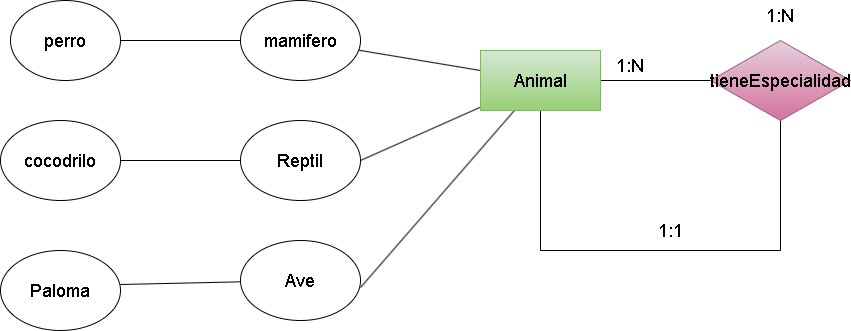
Earlier version of the draw.io export (Unidad-2) (Tarea-3)/img/Ejercicio19.drawio.png (Darkoscurito/Base-de-datos). Source tidied: cells renumbered, new cells last; positions are measured from the earlier drawing's top-left corner, leaving out a move shared by most shapes. The source it was exported from:
```xml
<mxGraphModel>
  <root>
    <mxCell id="0" />
    <mxCell id="1" parent="0" />
    <mxCell id="2" style="edgeStyle=none;html=1;entryX=0;entryY=0.5;entryDx=0;entryDy=0;endArrow=none;endFill=0;" parent="1" edge="1" source="7" target="9">
      <mxGeometry relative="1" as="geometry" />
    </mxCell>
    <mxCell id="3" style="edgeStyle=none;html=1;endArrow=none;endFill=0;" parent="1" edge="1" source="7">
      <mxGeometry relative="1" as="geometry">
        <mxPoint x="540" y="250" as="targetPoint" />
      </mxGeometry>
    </mxCell>
    <mxCell id="4" style="edgeStyle=none;html=1;fontSize=18;endArrow=none;endFill=0;" parent="1" edge="1" source="7" target="15">
      <mxGeometry relative="1" as="geometry" />
    </mxCell>
    <mxCell id="5" style="edgeStyle=none;html=1;entryX=1;entryY=0.5;entryDx=0;entryDy=0;fontSize=18;endArrow=none;endFill=0;" parent="1" edge="1" source="7" target="17">
      <mxGeometry relative="1" as="geometry" />
    </mxCell>
    <mxCell id="6" style="edgeStyle=none;html=1;entryX=1;entryY=0.588;entryDx=0;entryDy=0;entryPerimeter=0;fontSize=18;endArrow=none;endFill=0;" parent="1" edge="1" source="7" target="19">
      <mxGeometry relative="1" as="geometry" />
    </mxCell>
    <mxCell id="7" value="&lt;font style=&quot;font-size: 18px;&quot;&gt;Animal&lt;/font&gt;" style="rounded=0;whiteSpace=wrap;html=1;fillColor=#d5e8d4;gradientColor=#97d077;strokeColor=#82b366;" parent="1" vertex="1">
      <mxGeometry x="480" y="50" width="120" height="60" as="geometry" />
    </mxCell>
    <mxCell id="8" style="edgeStyle=none;html=1;endArrow=none;endFill=0;" parent="1" edge="1" source="9">
      <mxGeometry relative="1" as="geometry">
        <mxPoint x="780" y="250" as="targetPoint" />
      </mxGeometry>
    </mxCell>
    <mxCell id="9" value="&lt;span style=&quot;font-size: 18px;&quot;&gt;tieneEspecialidad&lt;/span&gt;" style="rhombus;whiteSpace=wrap;html=1;fillColor=#e6d0de;gradientColor=#d5739d;strokeColor=#996185;" parent="1" vertex="1">
      <mxGeometry x="710" y="40" width="140" height="80" as="geometry" />
    </mxCell>
    <mxCell id="10" value="1:N" style="text;html=1;strokeColor=none;fillColor=none;align=center;verticalAlign=middle;whiteSpace=wrap;rounded=0;fontSize=18;" parent="1" vertex="1">
      <mxGeometry x="600" y="50" width="60" height="30" as="geometry" />
    </mxCell>
    <mxCell id="11" value="1:N" style="text;html=1;strokeColor=none;fillColor=none;align=center;verticalAlign=middle;whiteSpace=wrap;rounded=0;fontSize=18;" parent="1" vertex="1">
      <mxGeometry x="750" width="60" height="30" as="geometry" />
    </mxCell>
    <mxCell id="12" style="endArrow=none;html=1;" parent="1" edge="1">
      <mxGeometry relative="1" as="geometry">
        <mxPoint x="540" y="250" as="sourcePoint" />
        <mxPoint x="780" y="250" as="targetPoint" />
      </mxGeometry>
    </mxCell>
    <mxCell id="13" value="&lt;font style=&quot;font-size: 18px;&quot;&gt;1:1&lt;/font&gt;" style="text;html=1;align=center;verticalAlign=middle;strokeColor=none;fillColor=none;" parent="1" vertex="1">
      <mxGeometry x="645" y="210" width="50" height="40" as="geometry" />
    </mxCell>
    <mxCell id="14" style="edgeStyle=none;html=1;fontSize=18;endArrow=none;endFill=0;entryX=1;entryY=0.5;entryDx=0;entryDy=0;" parent="1" edge="1" source="15" target="21">
      <mxGeometry relative="1" as="geometry" />
    </mxCell>
    <mxCell id="15" value="mamifero" style="ellipse;whiteSpace=wrap;html=1;fontSize=18;" parent="1" vertex="1">
      <mxGeometry x="240" width="120" height="80" as="geometry" />
    </mxCell>
    <mxCell id="16" style="edgeStyle=none;html=1;fontSize=18;endArrow=none;endFill=0;" parent="1" edge="1" source="17" target="22">
      <mxGeometry relative="1" as="geometry" />
    </mxCell>
    <mxCell id="17" value="Reptil" style="ellipse;whiteSpace=wrap;html=1;fontSize=18;" parent="1" vertex="1">
      <mxGeometry x="240" y="120" width="120" height="80" as="geometry" />
    </mxCell>
    <mxCell id="18" style="edgeStyle=none;html=1;entryX=1;entryY=0.425;entryDx=0;entryDy=0;entryPerimeter=0;fontSize=18;endArrow=none;endFill=0;" parent="1" edge="1" source="19" target="20">
      <mxGeometry relative="1" as="geometry" />
    </mxCell>
    <mxCell id="19" value="Ave" style="ellipse;whiteSpace=wrap;html=1;fontSize=18;" parent="1" vertex="1">
      <mxGeometry x="240" y="240" width="120" height="80" as="geometry" />
    </mxCell>
    <mxCell id="20" value="Paloma" style="ellipse;whiteSpace=wrap;html=1;fontSize=18;" parent="1" vertex="1">
      <mxGeometry y="250" width="120" height="80" as="geometry" />
    </mxCell>
    <mxCell id="21" value="perro" style="ellipse;whiteSpace=wrap;html=1;fontSize=18;" parent="1" vertex="1">
      <mxGeometry x="10" width="110" height="80" as="geometry" />
    </mxCell>
    <mxCell id="22" value="cocodrilo" style="ellipse;whiteSpace=wrap;html=1;fontSize=18;" parent="1" vertex="1">
      <mxGeometry y="120" width="120" height="80" as="geometry" />
    </mxCell>
  </root>
</mxGraphModel>
```
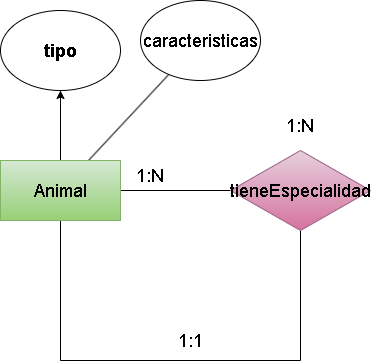
Later version of the same file.

Change to the diagram source:
```diff
@@ -10,15 +10,15 @@
         <mxPoint x="540" y="250" as="targetPoint" />
       </mxGeometry>
     </mxCell>
-    <mxCell id="4" style="edgeStyle=none;html=1;fontSize=18;endArrow=none;endFill=0;" parent="1" edge="1" source="7" target="15">
-      <mxGeometry relative="1" as="geometry" />
-    </mxCell>
-    <mxCell id="5" style="edgeStyle=none;html=1;entryX=1;entryY=0.5;entryDx=0;entryDy=0;fontSize=18;endArrow=none;endFill=0;" parent="1" edge="1" source="7" target="17">
-      <mxGeometry relative="1" as="geometry" />
-    </mxCell>
-    <mxCell id="6" style="edgeStyle=none;html=1;entryX=1;entryY=0.588;entryDx=0;entryDy=0;entryPerimeter=0;fontSize=18;endArrow=none;endFill=0;" parent="1" edge="1" source="7" target="19">
-      <mxGeometry relative="1" as="geometry" />
-    </mxCell>
+    <mxCell id="23" style="edgeStyle=none;html=1;fontSize=18;" parent="1" edge="1" source="7" target="16">
+      <mxGeometry relative="1" as="geometry" />
+    </mxCell>
+    <mxCell id="24" style="edgeStyle=none;html=1;fontSize=18;endArrow=none;endFill=0;" parent="1" edge="1" source="7" target="16">
+      <mxGeometry relative="1" as="geometry" />
+    </mxCell>
+    <mxCell id="25" style="edgeStyle=none;html=1;fontSize=18;endArrow=none;endFill=0;" parent="1" edge="1" source="7" target="26">
+      <mxGeometry relative="1" as="geometry" />
+    </mxCell>
     <mxCell id="7" value="&lt;font style=&quot;font-size: 18px;&quot;&gt;Animal&lt;/font&gt;" style="rounded=0;whiteSpace=wrap;html=1;fillColor=#d5e8d4;gradientColor=#97d077;strokeColor=#82b366;" parent="1" vertex="1">
       <mxGeometry x="480" y="50" width="120" height="60" as="geometry" />
     </mxCell>
@@ -45,32 +45,11 @@
     <mxCell id="13" value="&lt;font style=&quot;font-size: 18px;&quot;&gt;1:1&lt;/font&gt;" style="text;html=1;align=center;verticalAlign=middle;strokeColor=none;fillColor=none;" parent="1" vertex="1">
       <mxGeometry x="645" y="210" width="50" height="40" as="geometry" />
     </mxCell>
-    <mxCell id="14" style="edgeStyle=none;html=1;fontSize=18;endArrow=none;endFill=0;entryX=1;entryY=0.5;entryDx=0;entryDy=0;" parent="1" edge="1" source="15" target="21">
-      <mxGeometry relative="1" as="geometry" />
-    </mxCell>
-    <mxCell id="15" value="mamifero" style="ellipse;whiteSpace=wrap;html=1;fontSize=18;" parent="1" vertex="1">
-      <mxGeometry x="240" width="120" height="80" as="geometry" />
-    </mxCell>
-    <mxCell id="16" style="edgeStyle=none;html=1;fontSize=18;endArrow=none;endFill=0;" parent="1" edge="1" source="17" target="22">
-      <mxGeometry relative="1" as="geometry" />
+    <mxCell id="16" value="&lt;b&gt;&lt;font style=&quot;font-size: 18px;&quot;&gt;tipo&lt;/font&gt;&lt;/b&gt;" style="ellipse;whiteSpace=wrap;html=1;" parent="1" vertex="1">
+      <mxGeometry x="480" y="-100" width="120" height="80" as="geometry" />
     </mxCell>
-    <mxCell id="17" value="Reptil" style="ellipse;whiteSpace=wrap;html=1;fontSize=18;" parent="1" vertex="1">
-      <mxGeometry x="240" y="120" width="120" height="80" as="geometry" />
-    </mxCell>
-    <mxCell id="18" style="edgeStyle=none;html=1;entryX=1;entryY=0.425;entryDx=0;entryDy=0;entryPerimeter=0;fontSize=18;endArrow=none;endFill=0;" parent="1" edge="1" source="19" target="20">
-      <mxGeometry relative="1" as="geometry" />
-    </mxCell>
-    <mxCell id="19" value="Ave" style="ellipse;whiteSpace=wrap;html=1;fontSize=18;" parent="1" vertex="1">
-      <mxGeometry x="240" y="240" width="120" height="80" as="geometry" />
-    </mxCell>
-    <mxCell id="20" value="Paloma" style="ellipse;whiteSpace=wrap;html=1;fontSize=18;" parent="1" vertex="1">
-      <mxGeometry y="250" width="120" height="80" as="geometry" />
-    </mxCell>
-    <mxCell id="21" value="perro" style="ellipse;whiteSpace=wrap;html=1;fontSize=18;" parent="1" vertex="1">
-      <mxGeometry x="10" width="110" height="80" as="geometry" />
-    </mxCell>
-    <mxCell id="22" value="cocodrilo" style="ellipse;whiteSpace=wrap;html=1;fontSize=18;" parent="1" vertex="1">
-      <mxGeometry y="120" width="120" height="80" as="geometry" />
-    </mxCell>
+    <mxCell id="26" value="caracteristicas" style="ellipse;whiteSpace=wrap;html=1;fontSize=18;" parent="1" vertex="1">
+      <mxGeometry x="620" y="-110" width="120" height="80" as="geometry" />
+    </mxCell>
   </root>
 </mxGraphModel>
```
